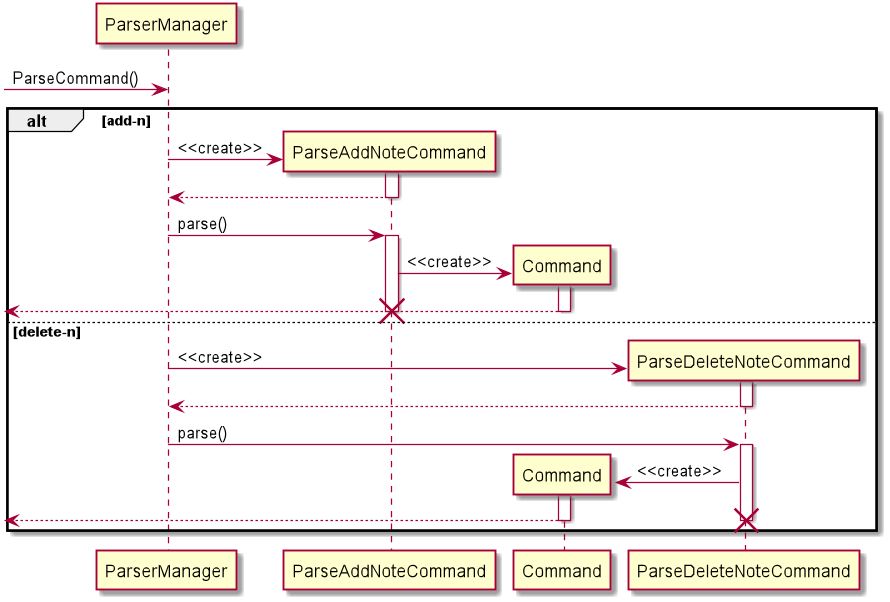
nus-cs2113-AY2021S1/tp keeps this PlantUML diagram as docs/diagrams/out/Parser.png. Above is the earlier version. Source of this version:
```plantuml
@startuml
-> ParserManager: ParseCommand()

alt add-n
create ParseAddNoteCommand
ParserManager -> ParseAddNoteCommand: <<create>>

activate ParseAddNoteCommand
ParserManager <-- ParseAddNoteCommand
deactivate ParseAddNoteCommand

ParserManager -> ParseAddNoteCommand: parse()

activate ParseAddNoteCommand
create Command
ParseAddNoteCommand -> Command: <<create>>

activate Command
<-- Command:
deactivate Command

deactivate ParseAddNoteCommand
destroy ParseAddNoteCommand

else delete-n
create ParseDeleteNoteCommand
ParserManager -> ParseDeleteNoteCommand: <<create>>

activate ParseDeleteNoteCommand
ParserManager <-- ParseDeleteNoteCommand
deactivate ParseDeleteNoteCommand

ParserManager -> ParseDeleteNoteCommand: parse()

activate ParseDeleteNoteCommand
create Command
ParseDeleteNoteCommand -> Command: <<create>>

activate Command
<-- Command:
deactivate Command

deactivate ParseDeleteNoteCommand
destroy ParseDeleteNoteCommand

end

@enduml
```
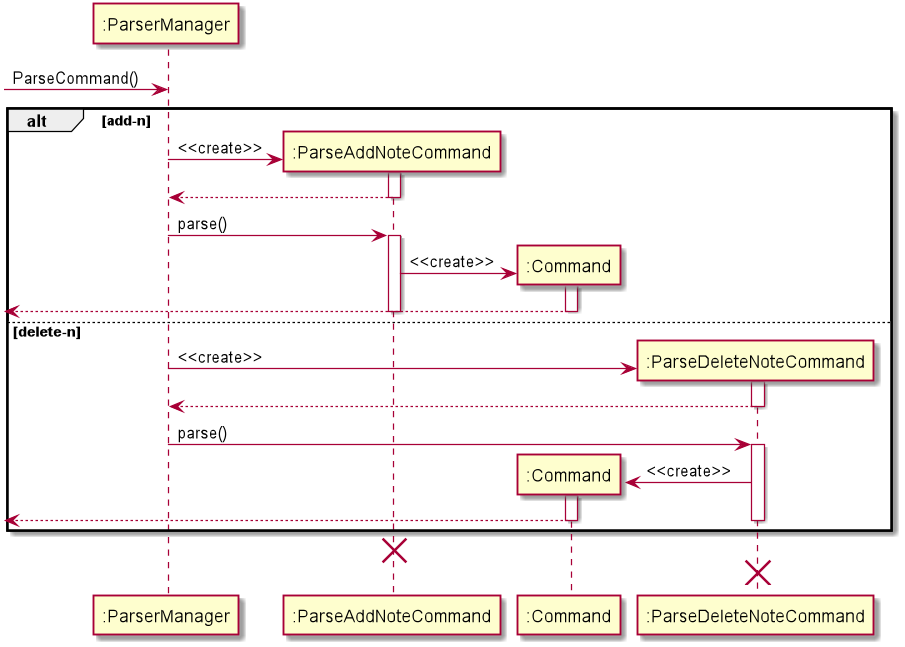
After the change.

Change to the diagram source:
```diff
@@ -1,7 +1,14 @@
 @startuml
+
+participant ":ParserManager" as ParserManager
+participant ":ParseAddNoteCommand" as ParseAddNoteCommand
+participant ":Command" as Command
+participant ":ParseDeleteNoteCommand" as ParseDeleteNoteCommand
+
 -> ParserManager: ParseCommand()
 
 alt add-n
+
 create ParseAddNoteCommand
 ParserManager -> ParseAddNoteCommand: <<create>>
 
@@ -20,7 +27,6 @@
 deactivate Command
 
 deactivate ParseAddNoteCommand
-destroy ParseAddNoteCommand
 
 else delete-n
 create ParseDeleteNoteCommand
@@ -41,8 +47,8 @@
 deactivate Command
 
 deactivate ParseDeleteNoteCommand
-destroy ParseDeleteNoteCommand
 
 end
-
+destroy ParseAddNoteCommand
+destroy ParseDeleteNoteCommand
 @enduml
```
